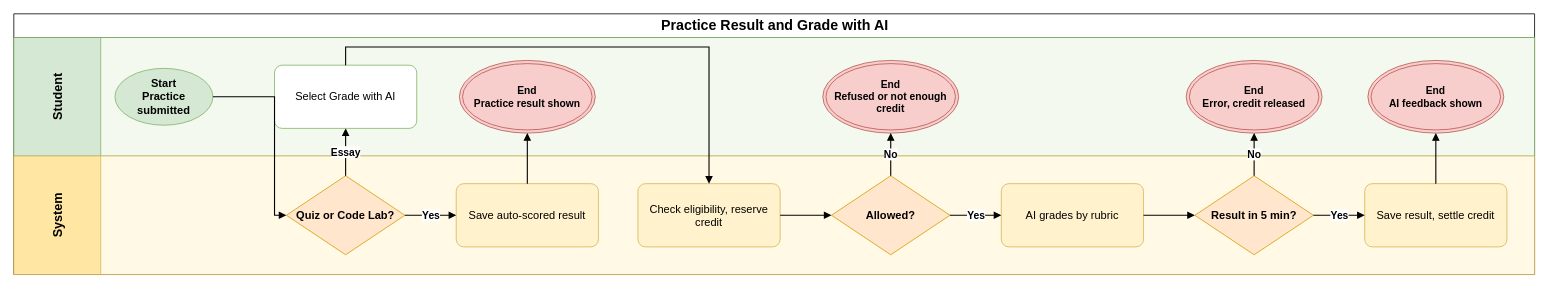
Earlier version of the draw.io diagram aidlc-docs/inception/main-business-flows/BF-07-Practice-Result-and-Grade-with-AI.drawio (hygef-v4/AI-Powered-Learning-Platform). Source tidied: cells renumbered, new cells numbered last; positions are measured from the earlier drawing's top-left corner, leaving out a move shared by most shapes. Both pictures are drawn from the tidied source at 79%, with x=0, y=0 at pixel (13, 13).
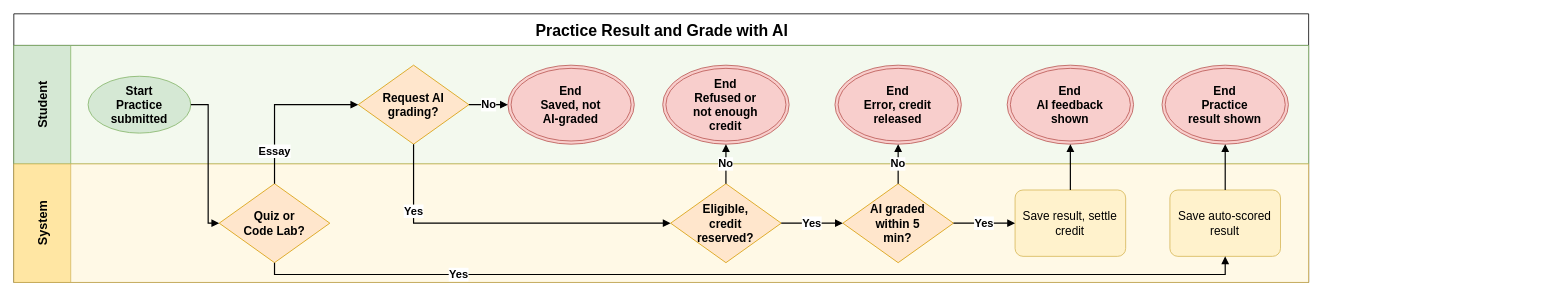
The same diagram, later.

What changed in the source:
```diff
@@
-    <mxCell id="2" value="Practice Result and Grade with AI" style="swimlane;horizontal=1;startSize=30;html=1;fontSize=18;fontStyle=1;align=center;verticalAlign=middle;" parent="1" vertex="1">
-      <mxGeometry width="1925" height="330" as="geometry" />
+    <mxCell id="2" value="Practice Result and Grade with AI" style="swimlane;horizontal=1;startSize=40;html=1;fontSize=20;fontStyle=1;align=center;verticalAlign=middle;" parent="1" vertex="1">
+      <mxGeometry width="1639" height="340" as="geometry" />
     </mxCell>
-    <mxCell id="3" value="Student" style="swimlane;startSize=110;horizontal=0;html=1;whiteSpace=wrap;fillColor=#D5E8D4;swimlaneFillColor=#F3F9EE;strokeColor=#82B366;fontSize=16;fontStyle=1;align=center;verticalAlign=middle;spacing=6;" parent="2" vertex="1">
-      <mxGeometry y="30" width="1925" height="150" as="geometry" />
+    <mxCell id="3" value="Student" style="swimlane;startSize=72;horizontal=0;html=1;whiteSpace=wrap;fillColor=#D5E8D4;swimlaneFillColor=#F3F9EE;strokeColor=#82B366;fontSize=16;fontStyle=1;align=center;verticalAlign=middle;spacing=4;" parent="2" vertex="1">
+      <mxGeometry y="40" width="1639" height="150" as="geometry" />
     </mxCell>
-    <mxCell id="4" value="System" style="swimlane;startSize=110;horizontal=0;html=1;whiteSpace=wrap;fillColor=#FFE6A3;swimlaneFillColor=#FFF9E6;strokeColor=#D6B656;fontSize=16;fontStyle=1;align=center;verticalAlign=middle;spacing=6;" parent="2" vertex="1">
-      <mxGeometry y="180" width="1925" height="150" as="geometry" />
+    <mxCell id="4" value="System" style="swimlane;startSize=72;horizontal=0;html=1;whiteSpace=wrap;fillColor=#FFE6A3;swimlaneFillColor=#FFF9E6;strokeColor=#D6B656;fontSize=16;fontStyle=1;align=center;verticalAlign=middle;spacing=4;" parent="2" vertex="1">
+      <mxGeometry y="190" width="1639" height="150" as="geometry" />
     </mxCell>
-    <mxCell id="5" value="Start&lt;br&gt;Practice submitted" style="ellipse;whiteSpace=wrap;html=1;fillColor=#D5E8D4;strokeColor=#82B366;fontStyle=1;fontSize=14;" parent="3" vertex="1">
-      <mxGeometry x="128" y="39" width="124" height="72" as="geometry" />
+    <mxCell id="5" value="Start&lt;br&gt;Practice submitted" style="ellipse;whiteSpace=wrap;html=1;fillColor=#D5E8D4;strokeColor=#82B366;fontStyle=1;fontSize=15;" parent="3" vertex="1">
+      <mxGeometry x="94" y="39" width="130" height="72" as="geometry" />
     </mxCell>
-    <mxCell id="6" value="Quiz or Code Lab?" style="rhombus;whiteSpace=wrap;html=1;fillColor=#FFE6CC;strokeColor=#D79B00;fontStyle=1;fontSize=14;spacing=2;" parent="4" vertex="1">
-      <mxGeometry x="345" y="25" width="150" height="100" as="geometry" />
+    <mxCell id="6" value="Quiz or Code Lab?" style="rhombus;whiteSpace=wrap;html=1;fillColor=#FFE6CC;strokeColor=#D79B00;fontStyle=1;fontSize=15;spacing=2;spacingLeft=24;spacingRight=24;" parent="4" vertex="1">
+      <mxGeometry x="260" y="25" width="140" height="100" as="geometry" />
     </mxCell>
-    <mxCell id="7" value="Select Grade with AI" style="rounded=1;whiteSpace=wrap;html=1;fillColor=#FFFFFF;strokeColor=#82B366;fontSize=14;spacing=6;arcSize=12;" parent="3" vertex="1">
-      <mxGeometry x="330" y="35" width="180" height="80" as="geometry" />
+    <mxCell id="7" value="Request AI grading?" style="rhombus;whiteSpace=wrap;html=1;fillColor=#FFE6CC;strokeColor=#D79B00;fontStyle=1;fontSize=15;spacing=2;spacingLeft=24;spacingRight=24;" parent="3" vertex="1">
+      <mxGeometry x="436" y="25" width="140" height="100" as="geometry" />
     </mxCell>
-    <mxCell id="8" value="Save auto-scored result" style="rounded=1;whiteSpace=wrap;html=1;fillColor=#FFF2CC;strokeColor=#D6B656;fontSize=14;spacing=6;arcSize=12;" parent="4" vertex="1">
-      <mxGeometry x="560" y="35" width="180" height="80" as="geometry" />
-    </mxCell>
-    <mxCell id="9" value="End&lt;br&gt;Practice result shown" style="ellipse;shape=doubleEllipse;whiteSpace=wrap;html=1;fillColor=#F8CECC;strokeColor=#B85450;fontStyle=1;fontSize=13;" parent="3" vertex="1">
-      <mxGeometry x="564" y="29" width="172" height="92" as="geometry" />
-    </mxCell>
-    <mxCell id="10" value="Check eligibility, reserve credit" style="rounded=1;whiteSpace=wrap;html=1;fillColor=#FFF2CC;strokeColor=#D6B656;fontSize=14;spacing=6;arcSize=12;" parent="4" vertex="1">
-      <mxGeometry x="790" y="35" width="180" height="80" as="geometry" />
-    </mxCell>
+    <mxCell id="30" value="End&lt;br&gt;Saved, not AI-graded" style="ellipse;shape=doubleEllipse;whiteSpace=wrap;html=1;fillColor=#F8CECC;strokeColor=#B85450;fontStyle=1;fontSize=15;spacingLeft=26;spacingRight=26;" parent="3" vertex="1">
+      <mxGeometry x="625.4" y="25" width="160" height="100" as="geometry" />
+    </mxCell>
-    <mxCell id="11" value="Allowed?" style="rhombus;whiteSpace=wrap;html=1;fillColor=#FFE6CC;strokeColor=#D79B00;fontStyle=1;fontSize=14;spacing=2;" parent="4" vertex="1">
-      <mxGeometry x="1035" y="25" width="150" height="100" as="geometry" />
+    <mxCell id="11" value="Eligible, credit reserved?" style="rhombus;whiteSpace=wrap;html=1;fillColor=#FFE6CC;strokeColor=#D79B00;fontStyle=1;fontSize=15;spacing=2;spacingLeft=24;spacingRight=24;" parent="4" vertex="1">
+      <mxGeometry x="831.4" y="25" width="140" height="100" as="geometry" />
     </mxCell>
-    <mxCell id="12" value="End&lt;br&gt;Refused or not enough credit" style="ellipse;shape=doubleEllipse;whiteSpace=wrap;html=1;fillColor=#F8CECC;strokeColor=#B85450;fontStyle=1;fontSize=13;" parent="3" vertex="1">
-      <mxGeometry x="1024" y="29" width="172" height="92" as="geometry" />
+    <mxCell id="12" value="End&lt;br&gt;Refused or not enough credit" style="ellipse;shape=doubleEllipse;whiteSpace=wrap;html=1;fillColor=#F8CECC;strokeColor=#B85450;fontStyle=1;fontSize=15;spacingLeft=26;spacingRight=26;" parent="3" vertex="1">
+      <mxGeometry x="821.4" y="25" width="160" height="100" as="geometry" />
     </mxCell>
-    <mxCell id="13" value="AI grades by rubric" style="rounded=1;whiteSpace=wrap;html=1;fillColor=#FFF2CC;strokeColor=#D6B656;fontSize=14;spacing=6;arcSize=12;" parent="4" vertex="1">
-      <mxGeometry x="1250" y="35" width="180" height="80" as="geometry" />
-    </mxCell>
-    <mxCell id="14" value="Result in 5 min?" style="rhombus;whiteSpace=wrap;html=1;fillColor=#FFE6CC;strokeColor=#D79B00;fontStyle=1;fontSize=14;spacing=2;" parent="4" vertex="1">
-      <mxGeometry x="1495" y="25" width="150" height="100" as="geometry" />
+    <mxCell id="14" value="AI graded within 5 min?" style="rhombus;whiteSpace=wrap;html=1;fillColor=#FFE6CC;strokeColor=#D79B00;fontStyle=1;fontSize=15;spacing=2;spacingLeft=24;spacingRight=24;" parent="4" vertex="1">
+      <mxGeometry x="1049.4" y="25" width="140" height="100" as="geometry" />
     </mxCell>
-    <mxCell id="15" value="End&lt;br&gt;Error, credit released" style="ellipse;shape=doubleEllipse;whiteSpace=wrap;html=1;fillColor=#F8CECC;strokeColor=#B85450;fontStyle=1;fontSize=13;" parent="3" vertex="1">
-      <mxGeometry x="1484" y="29" width="172" height="92" as="geometry" />
+    <mxCell id="15" value="End&lt;br&gt;Error, credit released" style="ellipse;shape=doubleEllipse;whiteSpace=wrap;html=1;fillColor=#F8CECC;strokeColor=#B85450;fontStyle=1;fontSize=15;spacingLeft=26;spacingRight=26;" parent="3" vertex="1">
+      <mxGeometry x="1039.4" y="25" width="160" height="100" as="geometry" />
     </mxCell>
-    <mxCell id="16" value="Save result, settle credit" style="rounded=1;whiteSpace=wrap;html=1;fillColor=#FFF2CC;strokeColor=#D6B656;fontSize=14;spacing=6;arcSize=12;" parent="4" vertex="1">
-      <mxGeometry x="1710" y="35" width="180" height="80" as="geometry" />
+    <mxCell id="16" value="Save result, settle credit" style="rounded=1;whiteSpace=wrap;html=1;fillColor=#FFF2CC;strokeColor=#D6B656;fontSize=15;spacing=5;arcSize=12;" parent="4" vertex="1">
+      <mxGeometry x="1267.4" y="33" width="140" height="84" as="geometry" />
     </mxCell>
-    <mxCell id="17" value="End&lt;br&gt;AI feedback shown" style="ellipse;shape=doubleEllipse;whiteSpace=wrap;html=1;fillColor=#F8CECC;strokeColor=#B85450;fontStyle=1;fontSize=13;" parent="3" vertex="1">
-      <mxGeometry x="1714" y="29" width="172" height="92" as="geometry" />
+    <mxCell id="17" value="End&lt;br&gt;AI feedback shown" style="ellipse;shape=doubleEllipse;whiteSpace=wrap;html=1;fillColor=#F8CECC;strokeColor=#B85450;fontStyle=1;fontSize=15;spacingLeft=26;spacingRight=26;" parent="3" vertex="1">
+      <mxGeometry x="1257.4" y="25" width="160" height="100" as="geometry" />
     </mxCell>
+    <mxCell id="8" value="Save auto-scored result" style="rounded=1;whiteSpace=wrap;html=1;fillColor=#FFF2CC;strokeColor=#D6B656;fontSize=15;spacing=5;arcSize=12;" parent="4" vertex="1">
+      <mxGeometry x="1463.4" y="33" width="140" height="84" as="geometry" />
+    </mxCell>
+    <mxCell id="9" value="End&lt;br&gt;Practice result shown" style="ellipse;shape=doubleEllipse;whiteSpace=wrap;html=1;fillColor=#F8CECC;strokeColor=#B85450;fontStyle=1;fontSize=15;spacingLeft=26;spacingRight=26;" parent="3" vertex="1">
+      <mxGeometry x="1453.4" y="25" width="160" height="100" as="geometry" />
+    </mxCell>
-    <mxCell id="18" style="edgeStyle=orthogonalEdgeStyle;rounded=0;jettySize=18;html=1;endArrow=block;endFill=1;strokeWidth=1.4;labelBackgroundColor=#FFFFFF;fontSize=13;fontStyle=1;exitX=1;exitY=0.5;exitDx=0;exitDy=0;entryX=0;entryY=0.5;entryDx=0;entryDy=0;" parent="1" edge="1" source="5" target="6">
+    <mxCell id="18" style="edgeStyle=orthogonalEdgeStyle;rounded=0;jettySize=18;html=1;endArrow=block;endFill=1;strokeWidth=1.5;labelBackgroundColor=#FFFFFF;fontSize=14;fontStyle=1;exitX=1;exitY=0.5;exitDx=0;exitDy=0;entryX=0;entryY=0.5;entryDx=0;entryDy=0;" parent="1" edge="1" source="5" target="6">
       <mxGeometry relative="1" as="geometry">
         <Array as="points">
-          <mxPoint x="330" y="105" />
-          <mxPoint x="330" y="255" />
+          <mxPoint x="246" y="115" />
+          <mxPoint x="246" y="265" />
         </Array>
       </mxGeometry>
     </mxCell>
-    <mxCell id="19" value="Yes" style="edgeStyle=orthogonalEdgeStyle;rounded=0;jettySize=18;html=1;endArrow=block;endFill=1;strokeWidth=1.4;labelBackgroundColor=#FFFFFF;fontSize=13;fontStyle=1;exitX=1;exitY=0.5;exitDx=0;exitDy=0;entryX=0;entryY=0.5;entryDx=0;entryDy=0;" parent="1" edge="1" source="6" target="8">
-      <mxGeometry relative="1" as="geometry" />
+    <mxCell id="19" value="Essay" style="edgeStyle=orthogonalEdgeStyle;rounded=0;jettySize=18;html=1;endArrow=block;endFill=1;strokeWidth=1.5;labelBackgroundColor=#FFFFFF;fontSize=14;fontStyle=1;exitX=0.5;exitY=0;exitDx=0;exitDy=0;entryX=0;entryY=0.5;entryDx=0;entryDy=0;" parent="1" edge="1" source="6" target="7">
+      <mxGeometry x="-0.6" relative="1" as="geometry">
+        <Array as="points">
+          <mxPoint x="330" y="115" />
+        </Array>
+      </mxGeometry>
     </mxCell>
-    <mxCell id="20" value="Essay" style="edgeStyle=orthogonalEdgeStyle;rounded=0;jettySize=18;html=1;endArrow=block;endFill=1;strokeWidth=1.4;labelBackgroundColor=#FFFFFF;fontSize=13;fontStyle=1;exitX=0.5;exitY=0;exitDx=0;exitDy=0;entryX=0.5;entryY=1;entryDx=0;entryDy=0;" parent="1" edge="1" source="6" target="7">
-      <mxGeometry relative="1" as="geometry" />
+    <mxCell id="20" value="Yes" style="edgeStyle=orthogonalEdgeStyle;rounded=0;jettySize=18;html=1;endArrow=block;endFill=1;strokeWidth=1.5;labelBackgroundColor=#FFFFFF;fontSize=14;fontStyle=1;exitX=0.5;exitY=1;exitDx=0;exitDy=0;entryX=0.5;entryY=1;entryDx=0;entryDy=0;" parent="1" edge="1" source="6" target="8">
+      <mxGeometry x="-0.6" relative="1" as="geometry">
+        <Array as="points">
+          <mxPoint x="330" y="330" />
+          <mxPoint x="1533.4" y="330" />
+        </Array>
+      </mxGeometry>
     </mxCell>
-    <mxCell id="21" style="edgeStyle=orthogonalEdgeStyle;rounded=0;jettySize=18;html=1;endArrow=block;endFill=1;strokeWidth=1.4;labelBackgroundColor=#FFFFFF;fontSize=13;fontStyle=1;exitX=0.5;exitY=0;exitDx=0;exitDy=0;entryX=0.5;entryY=1;entryDx=0;entryDy=0;" parent="1" edge="1" source="8" target="9">
+    <mxCell id="21" value="No" style="edgeStyle=orthogonalEdgeStyle;rounded=0;jettySize=18;html=1;endArrow=block;endFill=1;strokeWidth=1.5;labelBackgroundColor=#FFFFFF;fontSize=14;fontStyle=1;exitX=1;exitY=0.5;exitDx=0;exitDy=0;entryX=0;entryY=0.5;entryDx=0;entryDy=0;" parent="1" edge="1" source="7" target="30">
       <mxGeometry relative="1" as="geometry" />
     </mxCell>
-    <mxCell id="22" style="edgeStyle=orthogonalEdgeStyle;rounded=0;jettySize=18;html=1;endArrow=block;endFill=1;strokeWidth=1.4;labelBackgroundColor=#FFFFFF;fontSize=13;fontStyle=1;exitX=0.5;exitY=0;exitDx=0;exitDy=0;entryX=0.5;entryY=0;entryDx=0;entryDy=0;" parent="1" edge="1" source="7" target="10">
-      <mxGeometry relative="1" as="geometry">
+    <mxCell id="22" value="Yes" style="edgeStyle=orthogonalEdgeStyle;rounded=0;jettySize=18;html=1;endArrow=block;endFill=1;strokeWidth=1.5;labelBackgroundColor=#FFFFFF;fontSize=14;fontStyle=1;exitX=0.5;exitY=1;exitDx=0;exitDy=0;entryX=0;entryY=0.5;entryDx=0;entryDy=0;" parent="1" edge="1" source="7" target="11">
+      <mxGeometry x="-0.6" relative="1" as="geometry">
         <Array as="points">
-          <mxPoint x="420" y="42" />
-          <mxPoint x="880" y="42" />
+          <mxPoint x="506" y="265" />
         </Array>
       </mxGeometry>
     </mxCell>
-    <mxCell id="23" style="edgeStyle=orthogonalEdgeStyle;rounded=0;jettySize=18;html=1;endArrow=block;endFill=1;strokeWidth=1.4;labelBackgroundColor=#FFFFFF;fontSize=13;fontStyle=1;exitX=1;exitY=0.5;exitDx=0;exitDy=0;entryX=0;entryY=0.5;entryDx=0;entryDy=0;" parent="1" edge="1" source="10" target="11">
+    <mxCell id="23" value="No" style="edgeStyle=orthogonalEdgeStyle;rounded=0;jettySize=18;html=1;endArrow=block;endFill=1;strokeWidth=1.5;labelBackgroundColor=#FFFFFF;fontSize=14;fontStyle=1;exitX=0.5;exitY=0;exitDx=0;exitDy=0;entryX=0.5;entryY=1;entryDx=0;entryDy=0;" parent="1" edge="1" source="11" target="12">
       <mxGeometry relative="1" as="geometry" />
     </mxCell>
-    <mxCell id="24" value="No" style="edgeStyle=orthogonalEdgeStyle;rounded=0;jettySize=18;html=1;endArrow=block;endFill=1;strokeWidth=1.4;labelBackgroundColor=#FFFFFF;fontSize=13;fontStyle=1;exitX=0.5;exitY=0;exitDx=0;exitDy=0;entryX=0.5;entryY=1;entryDx=0;entryDy=0;" parent="1" edge="1" source="11" target="12">
+    <mxCell id="24" value="Yes" style="edgeStyle=orthogonalEdgeStyle;rounded=0;jettySize=18;html=1;endArrow=block;endFill=1;strokeWidth=1.5;labelBackgroundColor=#FFFFFF;fontSize=14;fontStyle=1;exitX=1;exitY=0.5;exitDx=0;exitDy=0;entryX=0;entryY=0.5;entryDx=0;entryDy=0;" parent="1" edge="1" source="11" target="14">
       <mxGeometry relative="1" as="geometry" />
     </mxCell>
-    <mxCell id="25" value="Yes" style="edgeStyle=orthogonalEdgeStyle;rounded=0;jettySize=18;html=1;endArrow=block;endFill=1;strokeWidth=1.4;labelBackgroundColor=#FFFFFF;fontSize=13;fontStyle=1;exitX=1;exitY=0.5;exitDx=0;exitDy=0;entryX=0;entryY=0.5;entryDx=0;entryDy=0;" parent="1" edge="1" source="11" target="13">
+    <mxCell id="25" value="No" style="edgeStyle=orthogonalEdgeStyle;rounded=0;jettySize=18;html=1;endArrow=block;endFill=1;strokeWidth=1.5;labelBackgroundColor=#FFFFFF;fontSize=14;fontStyle=1;exitX=0.5;exitY=0;exitDx=0;exitDy=0;entryX=0.5;entryY=1;entryDx=0;entryDy=0;" parent="1" edge="1" source="14" target="15">
       <mxGeometry relative="1" as="geometry" />
     </mxCell>
-    <mxCell id="26" style="edgeStyle=orthogonalEdgeStyle;rounded=0;jettySize=18;html=1;endArrow=block;endFill=1;strokeWidth=1.4;labelBackgroundColor=#FFFFFF;fontSize=13;fontStyle=1;exitX=1;exitY=0.5;exitDx=0;exitDy=0;entryX=0;entryY=0.5;entryDx=0;entryDy=0;" parent="1" edge="1" source="13" target="14">
+    <mxCell id="26" value="Yes" style="edgeStyle=orthogonalEdgeStyle;rounded=0;jettySize=18;html=1;endArrow=block;endFill=1;strokeWidth=1.5;labelBackgroundColor=#FFFFFF;fontSize=14;fontStyle=1;exitX=1;exitY=0.5;exitDx=0;exitDy=0;entryX=0;entryY=0.5;entryDx=0;entryDy=0;" parent="1" edge="1" source="14" target="16">
       <mxGeometry relative="1" as="geometry" />
     </mxCell>
-    <mxCell id="27" value="No" style="edgeStyle=orthogonalEdgeStyle;rounded=0;jettySize=18;html=1;endArrow=block;endFill=1;strokeWidth=1.4;labelBackgroundColor=#FFFFFF;fontSize=13;fontStyle=1;exitX=0.5;exitY=0;exitDx=0;exitDy=0;entryX=0.5;entryY=1;entryDx=0;entryDy=0;" parent="1" edge="1" source="14" target="15">
+    <mxCell id="27" style="edgeStyle=orthogonalEdgeStyle;rounded=0;jettySize=18;html=1;endArrow=block;endFill=1;strokeWidth=1.5;labelBackgroundColor=#FFFFFF;fontSize=14;fontStyle=1;exitX=0.5;exitY=0;exitDx=0;exitDy=0;entryX=0.5;entryY=1;entryDx=0;entryDy=0;" parent="1" edge="1" source="16" target="17">
       <mxGeometry relative="1" as="geometry" />
     </mxCell>
-    <mxCell id="28" value="Yes" style="edgeStyle=orthogonalEdgeStyle;rounded=0;jettySize=18;html=1;endArrow=block;endFill=1;strokeWidth=1.4;labelBackgroundColor=#FFFFFF;fontSize=13;fontStyle=1;exitX=1;exitY=0.5;exitDx=0;exitDy=0;entryX=0;entryY=0.5;entryDx=0;entryDy=0;" parent="1" edge="1" source="14" target="16">
+    <mxCell id="28" style="edgeStyle=orthogonalEdgeStyle;rounded=0;jettySize=18;html=1;endArrow=block;endFill=1;strokeWidth=1.5;labelBackgroundColor=#FFFFFF;fontSize=14;fontStyle=1;exitX=0.5;exitY=0;exitDx=0;exitDy=0;entryX=0.5;entryY=1;entryDx=0;entryDy=0;" parent="1" edge="1" source="8" target="9">
       <mxGeometry relative="1" as="geometry" />
     </mxCell>
-    <mxCell id="29" style="edgeStyle=orthogonalEdgeStyle;rounded=0;jettySize=18;html=1;endArrow=block;endFill=1;strokeWidth=1.4;labelBackgroundColor=#FFFFFF;fontSize=13;fontStyle=1;exitX=0.5;exitY=0;exitDx=0;exitDy=0;entryX=0.5;entryY=1;entryDx=0;entryDy=0;" parent="1" edge="1" source="16" target="17">
-      <mxGeometry relative="1" as="geometry" />
-    </mxCell>
```
